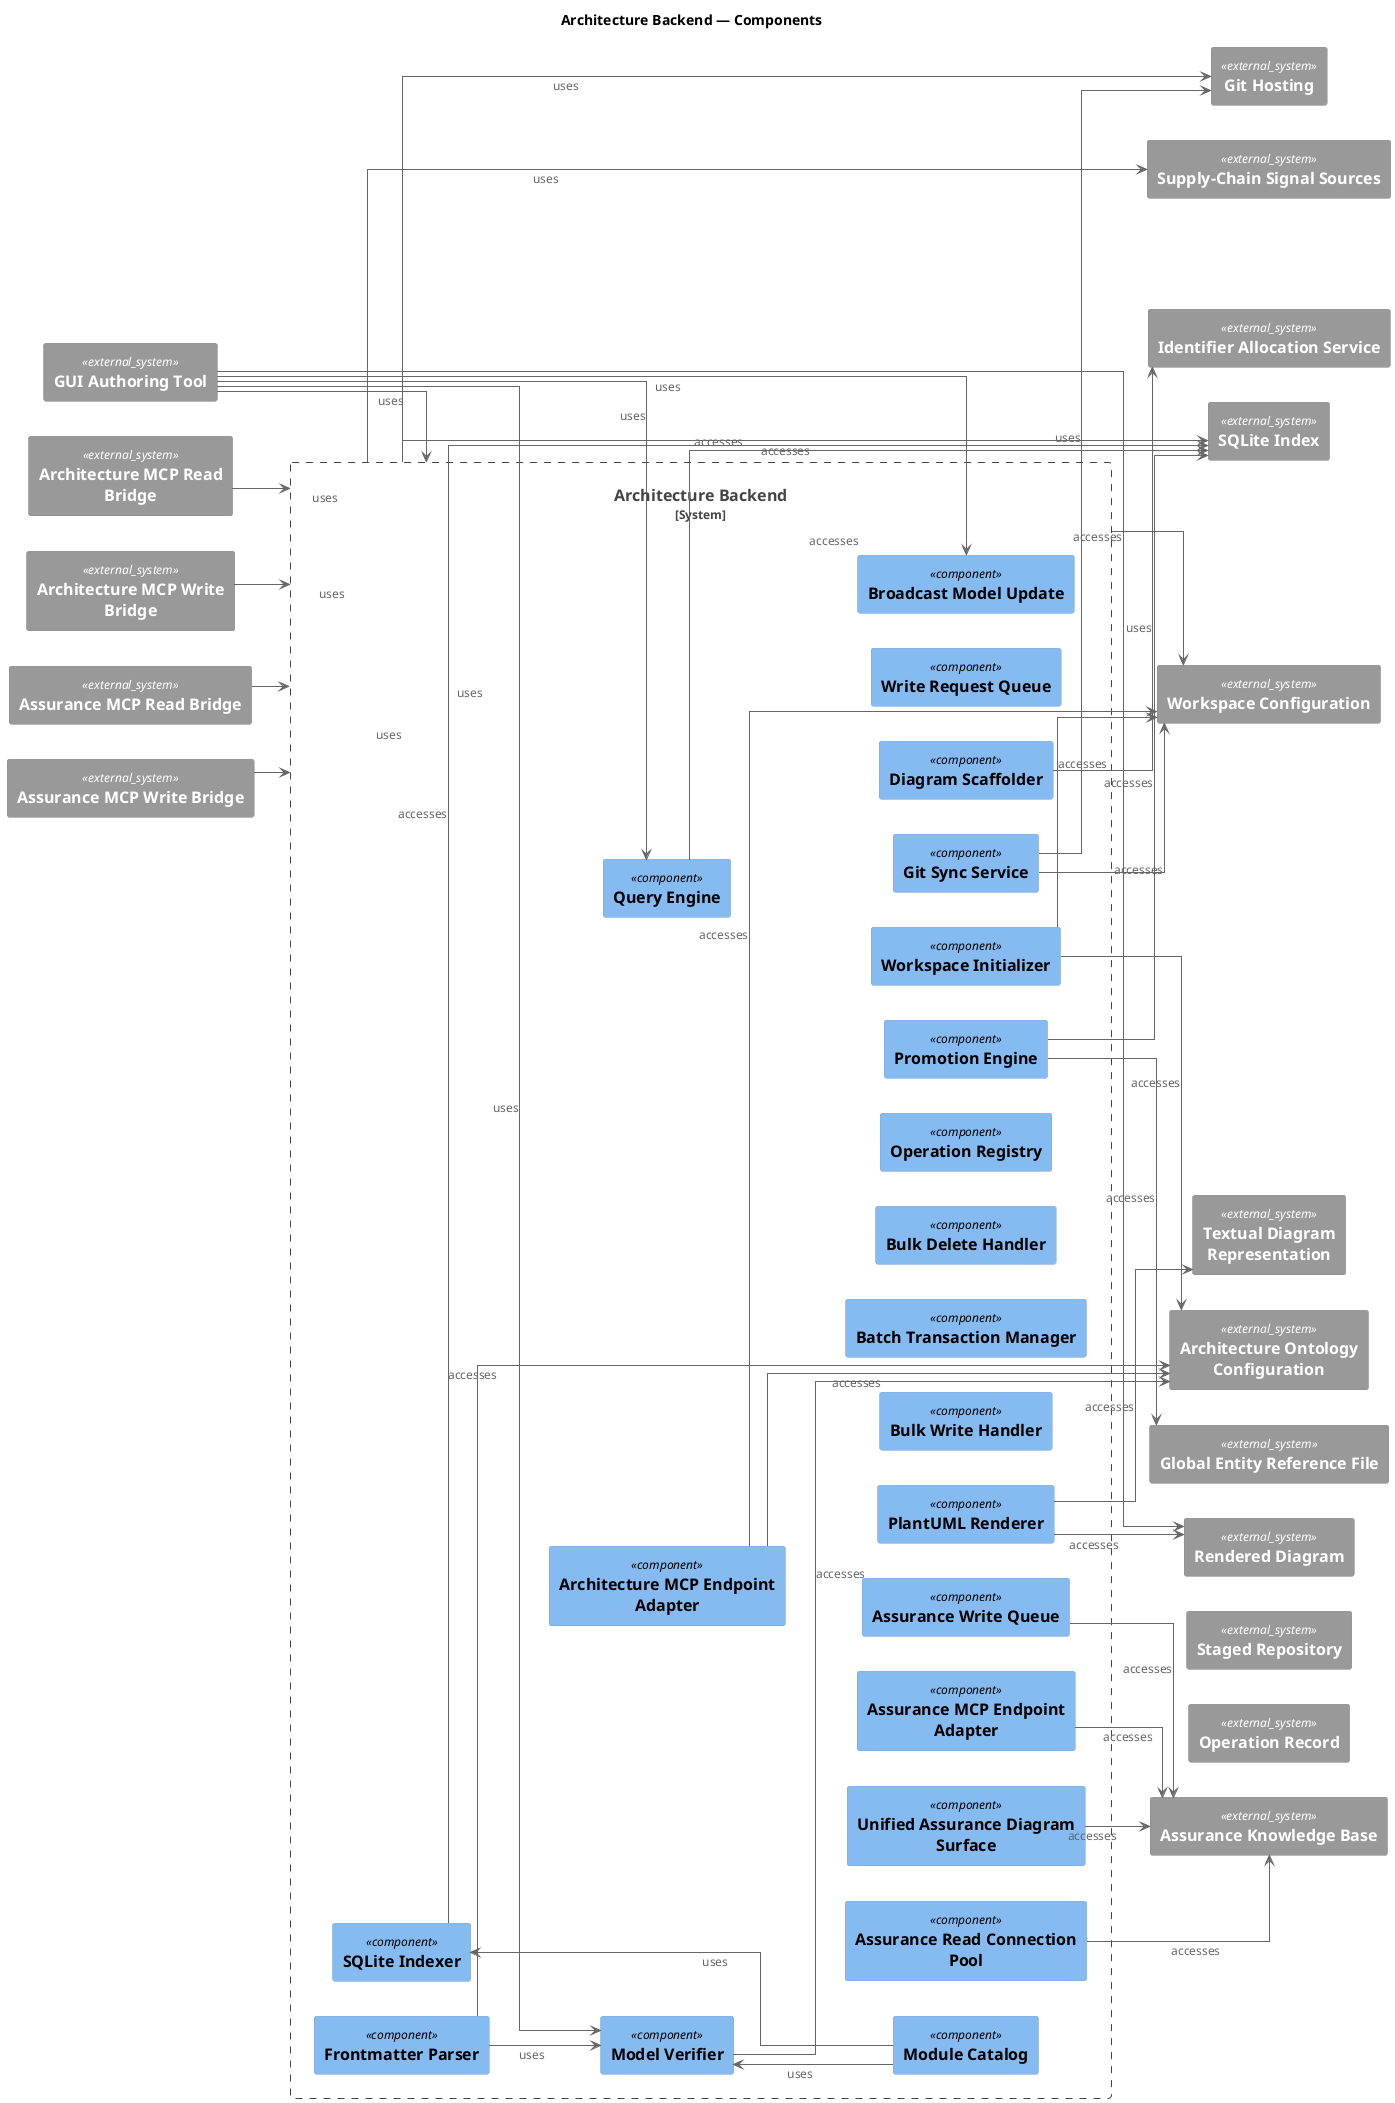
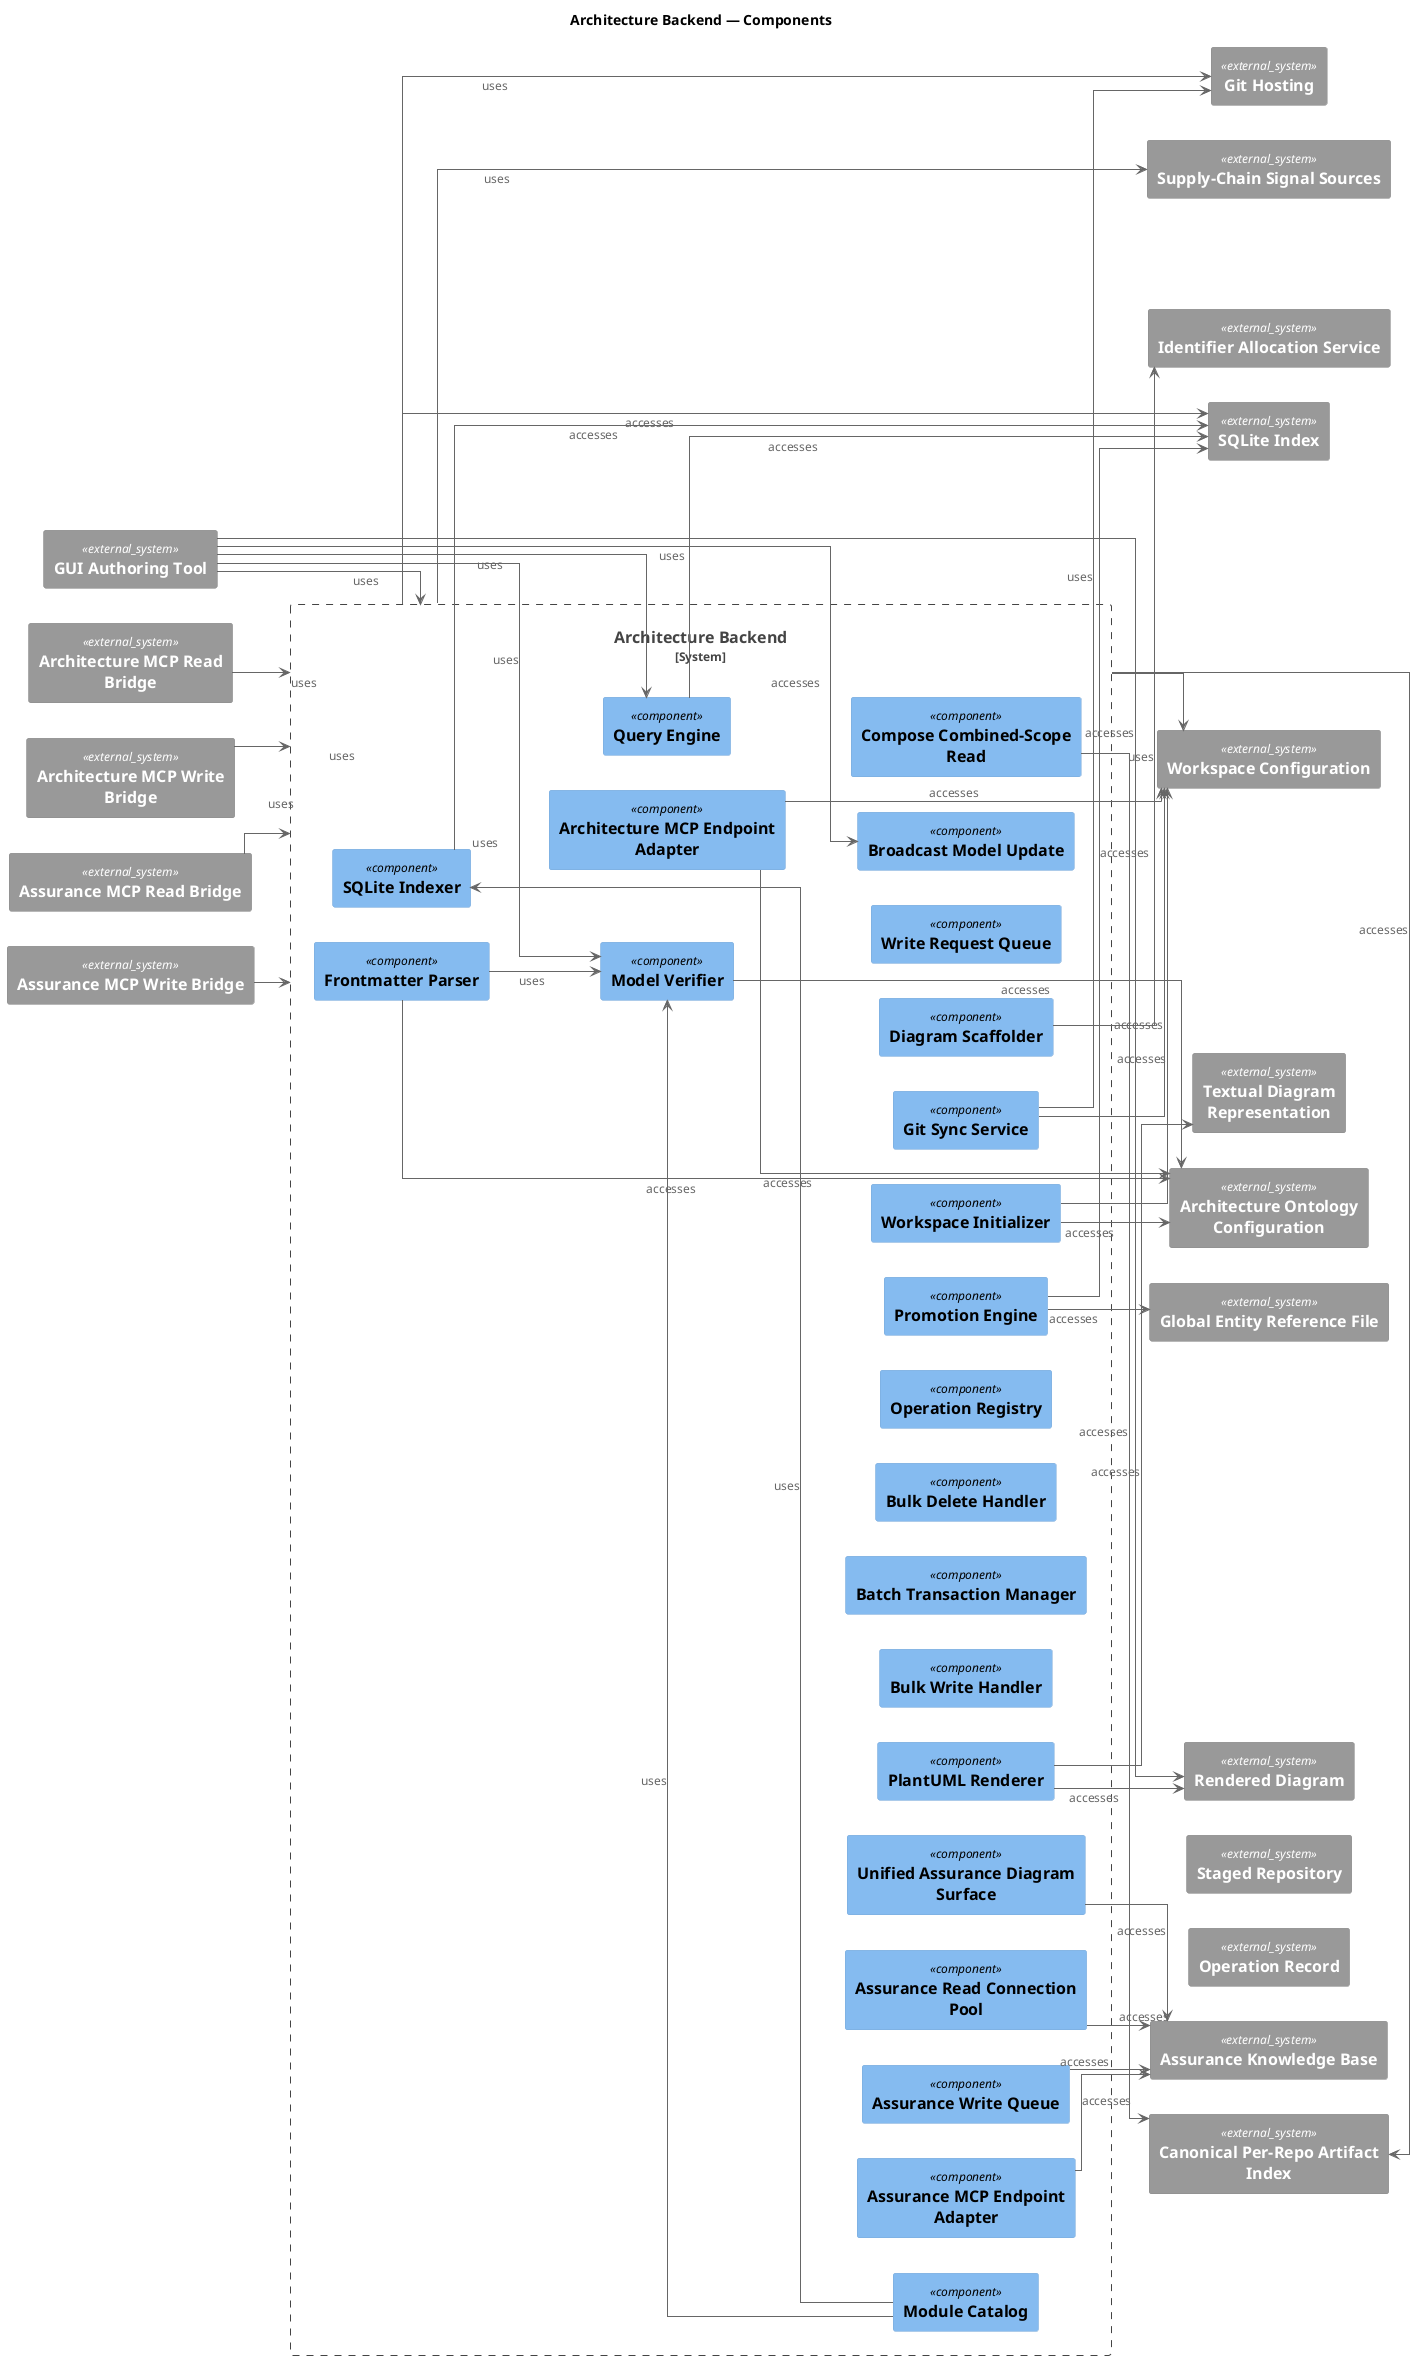
---
artifact-id: CC@1780829793.K3l46j.architecture-backend-components
artifact-type: diagram
name: "Architecture Backend \u2014 Components"
version: 0.1.0
status: draft
keywords:
- c4
- component
- backend
diagram-type: c4-component
entity-ids-used:
- APP@1712870400.JOmFWy.sqlite-indexer
- APP@1712870400.YOOEbL.frontmatter-parser
- APP@1712870400.ca3vm7.model-verifier
- APP@1712870400.kRZYOA.architecture-mcp-endpoint-adapter
- APP@1712870400.v9LvfK.query-engine
- APP@1776149382.lmO0mp.gui-authoring-tool
- APP@1776633693.tIMxjr.promotion-engine
- APP@1776633694.w51oVF.workspace-initializer
- APP@1776633697.SCKD2U.diagram-scaffolder
- APP@1776637531.a9k_mJ.write-request-queue
- APP@1777293133.OYEmP1.architecture-backend
- APP@1777293134.tY3JIK.git-sync-service
- APP@1777293136.yaxrWl.plantuml-renderer
- APP@1777399924.5n_KQJ.bulk-write-handler
- APP@1777399925.HOOYAQ.batch-transaction-manager
- APP@1777399925.WK_78v.bulk-delete-handler
- APP@1777399926.PDJI8F.operation-registry
- APP@1780656430.m-U5S1.assurance-mcp-endpoint-adapter
- APP@1780783708.Ne0utf.architecture-mcp-read-bridge
- APP@1780783709.etTj9M.architecture-mcp-write-bridge
- APP@1780783710.iu_kKL.assurance-mcp-read-bridge
- APP@1780783711.js9xHR.assurance-mcp-write-bridge
- APP@1780783992.Je9pmw.git-hosting
- APP@1780783993.JqIBPJ.supply-chain-signal-sources
- FNC@1777390460.3ZsfnT.broadcast-model-update
- DOB@1712870400.3rilik.sqlite-index
- DOB@1776633700.I9qEoI.workspace-configuration
- DOB@1777239791.4Z28xK.textual-diagram-representation
- DOB@1777293139.UjyXG3.architecture-ontology-configuration
- DOB@1777293141.4dO6js.global-entity-reference-file
- DOB@1777293144.zynRsm.rendered-diagram
- DOB@1777399929.hhYsiw.staged-repository
- DOB@1777399930.hExrX3.operation-record
- DOB@1780656431.ApaPcg.assurance-knowledge-base
- APP@1712870400.yNhgdh.module-catalog
- APP@1781976554.AeU7V3.identifier-allocation-service
- APP@1782080485.uTC8zx.assurance-write-queue
- APP@1782080489.XWVKAX.assurance-read-connection-pool
- APP@1782080499.KqDjXG.unified-assurance-diagram-surface
+ - DOB@1783266368.4f-C9z.canonical-per-repo-artifact-index
+ - FNC@1783266393.4zLFys.compose-combined-scope-read
connection-ids-used:
- APP@1712870400.ca3vm7.model-verifier---APP@1712870400.YOOEbL.frontmatter-parser@@archimate-serving
- APP@1712870400.ca3vm7.model-verifier---APP@1776149382.lmO0mp.gui-authoring-tool@@archimate-serving
- APP@1712870400.v9LvfK.query-engine---APP@1776149382.lmO0mp.gui-authoring-tool@@archimate-serving
- APP@1777293133.OYEmP1.architecture-backend---APP@1776149382.lmO0mp.gui-authoring-tool@@archimate-serving
- APP@1777293133.OYEmP1.architecture-backend---APP@1780783708.Ne0utf.architecture-mcp-read-bridge@@archimate-serving
- APP@1777293133.OYEmP1.architecture-backend---APP@1780783709.etTj9M.architecture-mcp-write-bridge@@archimate-serving
- APP@1777293133.OYEmP1.architecture-backend---APP@1780783710.iu_kKL.assurance-mcp-read-bridge@@archimate-serving
- APP@1777293133.OYEmP1.architecture-backend---APP@1780783711.js9xHR.assurance-mcp-write-bridge@@archimate-serving
- APP@1780783992.Je9pmw.git-hosting---APP@1777293133.OYEmP1.architecture-backend@@archimate-serving
- APP@1780783992.Je9pmw.git-hosting---APP@1777293134.tY3JIK.git-sync-service@@archimate-serving
- APP@1780783993.JqIBPJ.supply-chain-signal-sources---APP@1777293133.OYEmP1.architecture-backend@@archimate-serving
- FNC@1777390460.3ZsfnT.broadcast-model-update---APP@1776149382.lmO0mp.gui-authoring-tool@@archimate-association
- APP@1712870400.JOmFWy.sqlite-indexer---DOB@1712870400.3rilik.sqlite-index@@archimate-access
- APP@1712870400.YOOEbL.frontmatter-parser---DOB@1777293139.UjyXG3.architecture-ontology-configuration@@archimate-access
- APP@1712870400.ca3vm7.model-verifier---DOB@1777293139.UjyXG3.architecture-ontology-configuration@@archimate-access
- APP@1712870400.kRZYOA.architecture-mcp-endpoint-adapter---DOB@1776633700.I9qEoI.workspace-configuration@@archimate-access
- APP@1712870400.kRZYOA.architecture-mcp-endpoint-adapter---DOB@1777293139.UjyXG3.architecture-ontology-configuration@@archimate-access
- APP@1712870400.v9LvfK.query-engine---DOB@1712870400.3rilik.sqlite-index@@archimate-access
- APP@1776149382.lmO0mp.gui-authoring-tool---DOB@1777293144.zynRsm.rendered-diagram@@archimate-access
- APP@1776633693.tIMxjr.promotion-engine---DOB@1712870400.3rilik.sqlite-index@@archimate-access
- APP@1776633693.tIMxjr.promotion-engine---DOB@1777293141.4dO6js.global-entity-reference-file@@archimate-access
- APP@1776633694.w51oVF.workspace-initializer---DOB@1776633700.I9qEoI.workspace-configuration@@archimate-access
- APP@1776633694.w51oVF.workspace-initializer---DOB@1777293139.UjyXG3.architecture-ontology-configuration@@archimate-access
- APP@1777293133.OYEmP1.architecture-backend---DOB@1712870400.3rilik.sqlite-index@@archimate-access
- APP@1777293133.OYEmP1.architecture-backend---DOB@1776633700.I9qEoI.workspace-configuration@@archimate-access
- APP@1777293134.tY3JIK.git-sync-service---DOB@1776633700.I9qEoI.workspace-configuration@@archimate-access
- APP@1777293136.yaxrWl.plantuml-renderer---DOB@1777239791.4Z28xK.textual-diagram-representation@@archimate-access
- APP@1777293136.yaxrWl.plantuml-renderer---DOB@1777293144.zynRsm.rendered-diagram@@archimate-access
- APP@1780656430.m-U5S1.assurance-mcp-endpoint-adapter---DOB@1780656431.ApaPcg.assurance-knowledge-base@@archimate-access
- FNC@1777399926.DrKMhV.resolve-operation-idempotency---DOB@1777399930.hExrX3.operation-record@@archimate-access
- FNC@1777399927.hbgFU3.create-staging-repository---DOB@1777399929.hhYsiw.staged-repository@@archimate-access
- APP@1712870400.JOmFWy.sqlite-indexer---APP@1712870400.yNhgdh.module-catalog@@archimate-serving
- APP@1712870400.ca3vm7.model-verifier---APP@1712870400.yNhgdh.module-catalog@@archimate-serving
- APP@1781976554.AeU7V3.identifier-allocation-service---APP@1776633697.SCKD2U.diagram-scaffolder@@archimate-serving
- FNC@1781705395.halAQt.validate-datatype-data-object-relationship-consistency---APP@1776149382.lmO0mp.gui-authoring-tool@@archimate-association
- APP@1712870400.JOmFWy---APP@1712870400.yNhgdh@@archimate-serving
- APP@1712870400.JOmFWy---DOB@1712870400.3rilik@@archimate-access
- APP@1712870400.YOOEbL---DOB@1777293139.UjyXG3@@archimate-access
- APP@1712870400.ca3vm7---APP@1712870400.YOOEbL@@archimate-serving
- APP@1712870400.ca3vm7---APP@1712870400.yNhgdh@@archimate-serving
- APP@1712870400.ca3vm7---APP@1776149382.lmO0mp@@archimate-serving
- APP@1712870400.ca3vm7---DOB@1777293139.UjyXG3@@archimate-access
- APP@1712870400.kRZYOA---DOB@1776633700.I9qEoI@@archimate-access
- APP@1712870400.kRZYOA---DOB@1777293139.UjyXG3@@archimate-access
- APP@1712870400.v9LvfK---APP@1776149382.lmO0mp@@archimate-serving
- APP@1712870400.v9LvfK---DOB@1712870400.3rilik@@archimate-access
- APP@1776149382.lmO0mp---DOB@1777293144.zynRsm@@archimate-access
- APP@1776633693.tIMxjr---DOB@1712870400.3rilik@@archimate-access
- APP@1776633693.tIMxjr---DOB@1777293141.4dO6js@@archimate-access
- APP@1776633694.w51oVF---DOB@1776633700.I9qEoI@@archimate-access
- APP@1776633694.w51oVF---DOB@1777293139.UjyXG3@@archimate-access
- APP@1777293133.OYEmP1---APP@1776149382.lmO0mp@@archimate-serving
- APP@1777293133.OYEmP1---APP@1780783708.Ne0utf@@archimate-serving
- APP@1777293133.OYEmP1---APP@1780783709.etTj9M@@archimate-serving
- APP@1777293133.OYEmP1---APP@1780783710.iu_kKL@@archimate-serving
- APP@1777293133.OYEmP1---APP@1780783711.js9xHR@@archimate-serving
- APP@1777293133.OYEmP1---DOB@1712870400.3rilik@@archimate-access
- APP@1777293133.OYEmP1---DOB@1776633700.I9qEoI@@archimate-access
- APP@1777293134.tY3JIK---DOB@1776633700.I9qEoI@@archimate-access
- APP@1777293136.yaxrWl---DOB@1777239791.4Z28xK@@archimate-access
- APP@1777293136.yaxrWl---DOB@1777293144.zynRsm@@archimate-access
- APP@1780656430.m-U5S1---DOB@1780656431.ApaPcg@@archimate-access
- APP@1780783992.Je9pmw---APP@1777293133.OYEmP1@@archimate-serving
- APP@1780783992.Je9pmw---APP@1777293134.tY3JIK@@archimate-serving
- APP@1780783993.JqIBPJ---APP@1777293133.OYEmP1@@archimate-serving
- APP@1781976554.AeU7V3---APP@1776633697.SCKD2U@@archimate-serving
- APP@1782080485.uTC8zx---DOB@1780656431.ApaPcg@@archimate-access
- APP@1782080489.XWVKAX---DOB@1780656431.ApaPcg@@archimate-access
- APP@1782080499.KqDjXG---DOB@1780656431.ApaPcg@@archimate-access
- FNC@1777390460.3ZsfnT---APP@1776149382.lmO0mp@@archimate-association
- FNC@1777399926.DrKMhV---DOB@1777399930.hExrX3@@archimate-access
- FNC@1777399927.hbgFU3---DOB@1777399929.hhYsiw@@archimate-access
- FNC@1781705395.halAQt---APP@1776149382.lmO0mp@@archimate-association
- FNC@1782080495.afm5YF---DOB@1780656431.ApaPcg@@archimate-access
+ - APP@1777293133.OYEmP1---DOB@1783266368.4f-C9z@@archimate-access
+ - FNC@1783266393.4zLFys---DOB@1783266368.4f-C9z@@archimate-access
diagram-entities: {}
bindings:
- id: bind-scope
  subject:
    kind: diagram
  correspondence_kind: scoped-by
  target:
    entity_id: APP@1777293133.OYEmP1.architecture-backend
last-updated: '2026-07-05'
---
@startuml architecture-backend---components
!include <C4/C4_Component>
left to right direction
skinparam shadowing false
skinparam linetype ortho
skinparam defaultTextAlignment center
skinparam wrapWidth 240
skinparam maxMessageSize 240

title Architecture Backend — Components

System_Boundary(APP_OYEmP1, "Architecture Backend") {
  Component(APP_JOmFWy, "SQLite Indexer", "")
  Component(APP_YOOEbL, "Frontmatter Parser", "")
  Component(APP_ca3vm7, "Model Verifier", "")
  Component(APP_kRZYOA, "Architecture MCP Endpoint Adapter", "")
  Component(APP_v9LvfK, "Query Engine", "")
  Component(APP_yNhgdh, "Module Catalog", "")
  Component(APP_tIMxjr, "Promotion Engine", "")
  Component(APP_w51oVF, "Workspace Initializer", "")
  Component(APP_SCKD2U, "Diagram Scaffolder", "")
  Component(APP_a9k_mJ, "Write Request Queue", "")
  Component(APP_tY3JIK, "Git Sync Service", "")
  Component(APP_yaxrWl, "PlantUML Renderer", "")
  Component(APP_5n_KQJ, "Bulk Write Handler", "")
  Component(APP_HOOYAQ, "Batch Transaction Manager", "")
  Component(APP_WK_78v, "Bulk Delete Handler", "")
  Component(APP_PDJI8F, "Operation Registry", "")
  Component(APP_m_U5S1, "Assurance MCP Endpoint Adapter", "")
  Component(APP_uTC8zx, "Assurance Write Queue", "")
  Component(APP_XWVKAX, "Assurance Read Connection Pool", "")
  Component(APP_KqDjXG, "Unified Assurance Diagram Surface", "")
  Component(FNC_3ZsfnT, "Broadcast Model Update", "")
+   Component(FNC_4zLFys, "Compose Combined-Scope Read", "")
  APP_JOmFWy -[hidden]right- APP_YOOEbL
  APP_YOOEbL -[hidden]right- APP_ca3vm7
  APP_ca3vm7 -[hidden]right- APP_kRZYOA
  APP_kRZYOA -[hidden]right- APP_v9LvfK
  APP_v9LvfK -[hidden]right- APP_yNhgdh
  APP_yNhgdh -[hidden]right- APP_tIMxjr
  APP_tIMxjr -[hidden]right- APP_w51oVF
  APP_w51oVF -[hidden]right- APP_SCKD2U
  APP_SCKD2U -[hidden]right- APP_a9k_mJ
  APP_a9k_mJ -[hidden]right- APP_tY3JIK
  APP_tY3JIK -[hidden]right- APP_yaxrWl
  APP_yaxrWl -[hidden]right- APP_5n_KQJ
  APP_5n_KQJ -[hidden]right- APP_HOOYAQ
  APP_HOOYAQ -[hidden]right- APP_WK_78v
  APP_WK_78v -[hidden]right- APP_PDJI8F
  APP_PDJI8F -[hidden]right- APP_m_U5S1
  APP_m_U5S1 -[hidden]right- APP_uTC8zx
  APP_uTC8zx -[hidden]right- APP_XWVKAX
  APP_XWVKAX -[hidden]right- APP_KqDjXG
  APP_KqDjXG -[hidden]right- FNC_3ZsfnT
+   FNC_3ZsfnT -[hidden]right- FNC_4zLFys

}

System_Ext(APP_lmO0mp, "GUI Authoring Tool")
System_Ext(APP_Ne0utf, "Architecture MCP Read Bridge")
System_Ext(APP_etTj9M, "Architecture MCP Write Bridge")
System_Ext(APP_iu_kKL, "Assurance MCP Read Bridge")
System_Ext(APP_js9xHR, "Assurance MCP Write Bridge")
System_Ext(APP_Je9pmw, "Git Hosting")
System_Ext(APP_JqIBPJ, "Supply-Chain Signal Sources")
System_Ext(APP_AeU7V3, "Identifier Allocation Service")
System_Ext(DOB_3rilik, "SQLite Index")
System_Ext(DOB_I9qEoI, "Workspace Configuration")
System_Ext(DOB_4Z28xK, "Textual Diagram Representation")
System_Ext(DOB_UjyXG3, "Architecture Ontology Configuration")
System_Ext(DOB_4dO6js, "Global Entity Reference File")
System_Ext(DOB_zynRsm, "Rendered Diagram")
System_Ext(DOB_hhYsiw, "Staged Repository")
System_Ext(DOB_hExrX3, "Operation Record")
System_Ext(DOB_ApaPcg, "Assurance Knowledge Base")
+ System_Ext(DOB_4f_C9z, "Canonical Per-Repo Artifact Index")

APP_OYEmP1 -[hidden]right- APP_lmO0mp
APP_lmO0mp -[hidden]right- APP_Ne0utf
APP_Ne0utf -[hidden]right- APP_etTj9M
APP_etTj9M -[hidden]right- APP_iu_kKL
APP_iu_kKL -[hidden]right- APP_js9xHR
APP_js9xHR -[hidden]right- APP_Je9pmw
APP_Je9pmw -[hidden]right- APP_JqIBPJ
APP_JqIBPJ -[hidden]right- APP_AeU7V3
APP_AeU7V3 -[hidden]right- DOB_3rilik
DOB_3rilik -[hidden]right- DOB_I9qEoI
DOB_I9qEoI -[hidden]right- DOB_4Z28xK
DOB_4Z28xK -[hidden]right- DOB_UjyXG3
DOB_UjyXG3 -[hidden]right- DOB_4dO6js
DOB_4dO6js -[hidden]right- DOB_zynRsm
DOB_zynRsm -[hidden]right- DOB_hhYsiw
DOB_hhYsiw -[hidden]right- DOB_hExrX3
DOB_hExrX3 -[hidden]right- DOB_ApaPcg
+ DOB_ApaPcg -[hidden]right- DOB_4f_C9z


APP_yNhgdh --> APP_JOmFWy : uses
APP_JOmFWy --> DOB_3rilik : accesses
APP_YOOEbL --> DOB_UjyXG3 : accesses
APP_YOOEbL --> APP_ca3vm7 : uses
APP_yNhgdh --> APP_ca3vm7 : uses
APP_lmO0mp --> APP_ca3vm7 : uses
APP_ca3vm7 --> DOB_UjyXG3 : accesses
APP_kRZYOA --> DOB_I9qEoI : accesses
APP_kRZYOA --> DOB_UjyXG3 : accesses
APP_lmO0mp --> APP_v9LvfK : uses
APP_v9LvfK --> DOB_3rilik : accesses
APP_lmO0mp --> DOB_zynRsm : accesses
APP_tIMxjr --> DOB_3rilik : accesses
APP_tIMxjr --> DOB_4dO6js : accesses
APP_w51oVF --> DOB_I9qEoI : accesses
APP_w51oVF --> DOB_UjyXG3 : accesses
APP_lmO0mp --> APP_OYEmP1 : uses
APP_Ne0utf --> APP_OYEmP1 : uses
APP_etTj9M --> APP_OYEmP1 : uses
APP_iu_kKL --> APP_OYEmP1 : uses
APP_js9xHR --> APP_OYEmP1 : uses
APP_OYEmP1 --> DOB_3rilik : accesses
APP_OYEmP1 --> DOB_I9qEoI : accesses
+ APP_OYEmP1 --> DOB_4f_C9z : accesses
APP_tY3JIK --> DOB_I9qEoI : accesses
APP_yaxrWl --> DOB_4Z28xK : accesses
APP_yaxrWl --> DOB_zynRsm : accesses
APP_m_U5S1 --> DOB_ApaPcg : accesses
APP_OYEmP1 --> APP_Je9pmw : uses
APP_tY3JIK --> APP_Je9pmw : uses
APP_OYEmP1 --> APP_JqIBPJ : uses
APP_SCKD2U --> APP_AeU7V3 : uses
APP_uTC8zx --> DOB_ApaPcg : accesses
APP_XWVKAX --> DOB_ApaPcg : accesses
APP_KqDjXG --> DOB_ApaPcg : accesses
APP_lmO0mp --> FNC_3ZsfnT : uses
+ FNC_4zLFys --> DOB_4f_C9z : accesses
@enduml
